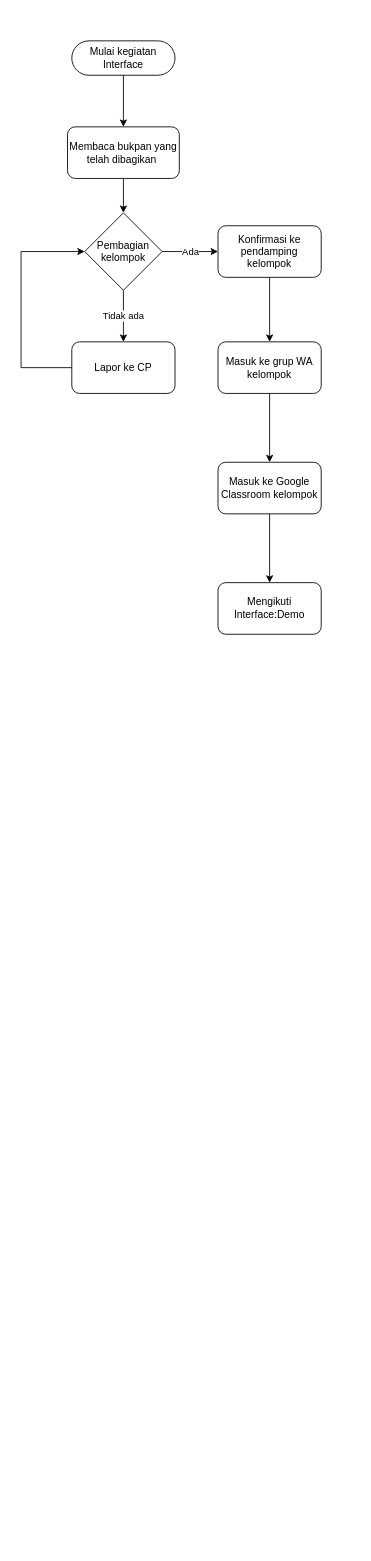
This is GitFlow Interface Le-misse-01.drawio from Le-misse-01/GitFlow-Flowchart-Interface, a draw.io file, before an edit. Source tidied: cells renumbered, new cells numbered last; positions are measured from the earlier drawing's top-left corner, leaving out a move shared by most shapes. Both pictures are drawn from the tidied source at 86%, with x=0, y=0 at pixel (21, 40).
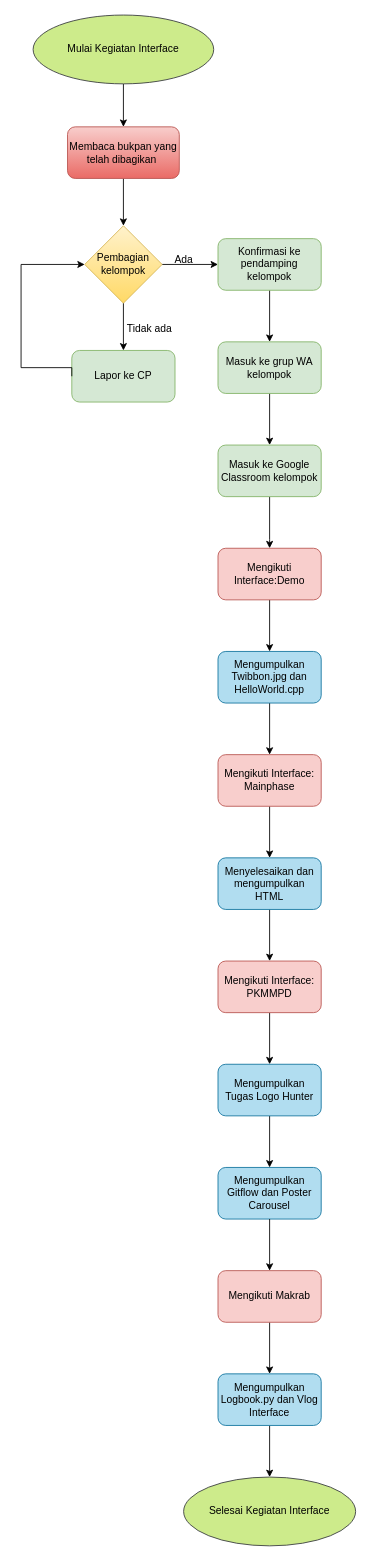
Above is the later version.

Diff of the diagram source:
```diff
@@
-    <mxCell id="2" value="Mulai kegiatan Interface" style="rounded=1;whiteSpace=wrap;html=1;fontSize=12;glass=0;strokeWidth=1;shadow=0;arcSize=50;" parent="1" vertex="1">
-      <mxGeometry x="59" width="120" height="40" as="geometry" />
-    </mxCell>
@@
-    <mxCell id="4" value="Membaca bukpan yang telah dibagikan&amp;nbsp;" style="rounded=1;whiteSpace=wrap;html=1;" parent="1" vertex="1">
+    <mxCell id="4" value="Membaca bukpan yang telah dibagikan&amp;nbsp;" style="rounded=1;whiteSpace=wrap;html=1;fillColor=#f8cecc;gradientColor=#ea6b66;strokeColor=#b85450;" parent="1" vertex="1">
       <mxGeometry x="54" y="100" width="130" height="60" as="geometry" />
     </mxCell>
-    <mxCell id="5" style="endArrow=classic;html=1;rounded=0;exitX=0.5;exitY=1;exitDx=0;exitDy=0;entryX=0.5;entryY=0;entryDx=0;entryDy=0;strokeColor=default;" parent="1" edge="1" source="2" target="4">
+    <mxCell id="5" style="endArrow=classic;html=1;rounded=0;exitX=0.5;exitY=1;exitDx=0;exitDy=0;entryX=0.5;entryY=0;entryDx=0;entryDy=0;strokeColor=default;" parent="1" edge="1" source="30" target="4">
       <mxGeometry relative="1" as="geometry" />
     </mxCell>
-    <mxCell id="6" value="Tidak ada" style="edgeStyle=orthogonalEdgeStyle;rounded=0;jettySize=auto;html=1;" parent="1" edge="1" source="8" target="9">
+    <mxCell id="6" style="edgeStyle=orthogonalEdgeStyle;rounded=0;jettySize=auto;html=1;" parent="1" edge="1" source="8" target="9">
       <mxGeometry relative="1" as="geometry" />
     </mxCell>
-    <mxCell id="7" value="Ada" style="edgeStyle=orthogonalEdgeStyle;rounded=0;jettySize=auto;html=1;" parent="1" edge="1" source="8" target="12">
+    <mxCell id="7" style="edgeStyle=orthogonalEdgeStyle;rounded=0;jettySize=auto;html=1;" parent="1" edge="1" source="8" target="12">
       <mxGeometry relative="1" as="geometry" />
     </mxCell>
-    <mxCell id="8" value="Pembagian kelompok" style="rhombus;whiteSpace=wrap;html=1;" parent="1" vertex="1">
-      <mxGeometry x="74" y="200" width="90" height="90" as="geometry" />
+    <mxCell id="8" value="Pembagian kelompok" style="rhombus;whiteSpace=wrap;html=1;fillColor=#fff2cc;gradientColor=#ffd966;strokeColor=#d6b656;" parent="1" vertex="1">
+      <mxGeometry x="74" y="215" width="90" height="90" as="geometry" />
     </mxCell>
-    <mxCell id="9" value="Lapor ke CP" style="rounded=1;whiteSpace=wrap;html=1;" parent="1" vertex="1">
-      <mxGeometry x="59" y="350" width="120" height="60" as="geometry" />
+    <mxCell id="9" value="Lapor ke CP" style="rounded=1;whiteSpace=wrap;html=1;fillColor=#d5e8d4;strokeColor=#82b366;" parent="1" vertex="1">
+      <mxGeometry x="59" y="360" width="120" height="60" as="geometry" />
     </mxCell>
     <mxCell id="10" style="endArrow=classic;html=1;rounded=0;exitX=0;exitY=0.5;exitDx=0;exitDy=0;edgeStyle=orthogonalEdgeStyle;entryX=0;entryY=0.5;entryDx=0;entryDy=0;" parent="1" edge="1" source="9" target="8">
       <mxGeometry relative="1" as="geometry">
         <Array as="points">
+          <mxPoint x="59" y="380" />
           <mxPoint y="380" />
-          <mxPoint y="245" />
+          <mxPoint y="260" />
         </Array>
       </mxGeometry>
     </mxCell>
@@
-    <mxCell id="12" value="Konfirmasi ke pendamping kelompok" style="rounded=1;whiteSpace=wrap;html=1;" parent="1" vertex="1">
-      <mxGeometry x="229" y="215" width="120" height="60" as="geometry" />
+    <mxCell id="12" value="Konfirmasi ke pendamping kelompok" style="rounded=1;whiteSpace=wrap;html=1;fillColor=#d5e8d4;strokeColor=#82b366;" parent="1" vertex="1">
+      <mxGeometry x="229" y="230" width="120" height="60" as="geometry" />
     </mxCell>
@@
-    <mxCell id="14" value="Masuk ke grup WA kelompok" style="rounded=1;whiteSpace=wrap;html=1;" parent="1" vertex="1">
+    <mxCell id="14" value="Masuk ke grup WA kelompok" style="rounded=1;whiteSpace=wrap;html=1;fillColor=#d5e8d4;strokeColor=#82b366;" parent="1" vertex="1">
       <mxGeometry x="229" y="350" width="120" height="60" as="geometry" />
     </mxCell>
-    <mxCell id="15" style="edgeStyle=orthogonalEdgeStyle;rounded=0;jettySize=auto;html=1;" parent="1" edge="1" source="16" target="17">
+    <mxCell id="15" style="edgeStyle=orthogonalEdgeStyle;rounded=0;jettySize=auto;html=1;exitX=0.5;exitY=1;exitDx=0;exitDy=0;entryX=0.5;entryY=0;entryDx=0;entryDy=0;" parent="1" edge="1" source="31" target="22">
       <mxGeometry relative="1" as="geometry" />
     </mxCell>
+    <mxCell id="18" style="edgeStyle=orthogonalEdgeStyle;rounded=0;jettySize=auto;html=1;entryX=0.5;entryY=0;entryDx=0;entryDy=0;" parent="1" edge="1" source="16" target="17">
+      <mxGeometry relative="1" as="geometry">
+        <Array as="points">
+          <mxPoint x="289" y="580" />
+          <mxPoint x="289" y="580" />
+        </Array>
+      </mxGeometry>
+    </mxCell>
-    <mxCell id="16" value="Masuk ke Google Classroom kelompok" style="rounded=1;whiteSpace=wrap;html=1;" parent="1" vertex="1">
-      <mxGeometry x="229" y="490" width="120" height="60" as="geometry" />
+    <mxCell id="16" value="Masuk ke Google Classroom kelompok" style="rounded=1;whiteSpace=wrap;html=1;fillColor=#d5e8d4;strokeColor=#82b366;" parent="1" vertex="1">
+      <mxGeometry x="229" y="470" width="120" height="60" as="geometry" />
     </mxCell>
+    <mxCell id="19" style="edgeStyle=orthogonalEdgeStyle;rounded=0;jettySize=auto;html=1;" parent="1" edge="1" source="17" target="31">
+      <mxGeometry relative="1" as="geometry" />
+    </mxCell>
-    <mxCell id="17" value="Mengikuti Interface:Demo" style="rounded=1;whiteSpace=wrap;html=1;" parent="1" vertex="1">
-      <mxGeometry x="229" y="630" width="120" height="60" as="geometry" />
+    <mxCell id="17" value="Mengikuti Interface:Demo" style="rounded=1;whiteSpace=wrap;html=1;fillColor=#f8cecc;strokeColor=#b85450;" parent="1" vertex="1">
+      <mxGeometry x="229" y="590" width="120" height="60" as="geometry" />
     </mxCell>
+    <mxCell id="20" style="edgeStyle=orthogonalEdgeStyle;rounded=0;jettySize=auto;html=1;" parent="1" edge="1" source="22" target="33">
+      <mxGeometry relative="1" as="geometry" />
+    </mxCell>
+    <mxCell id="21" style="edgeStyle=orthogonalEdgeStyle;rounded=0;orthogonalLoop=1;jettySize=auto;html=1;exitX=0.5;exitY=1;exitDx=0;exitDy=0;entryX=0.5;entryY=1;entryDx=0;entryDy=0;" parent="1" edge="1" source="33" target="33">
+      <mxGeometry relative="1" as="geometry" />
+    </mxCell>
+    <mxCell id="22" value="Mengikuti Interface: Mainphase" style="whiteSpace=wrap;html=1;rounded=1;fillColor=#f8cecc;strokeColor=#b85450;" parent="1" vertex="1">
+      <mxGeometry x="229" y="830" width="120" height="60" as="geometry" />
+    </mxCell>
+    <mxCell id="23" value="Ada" style="text;html=1;align=center;verticalAlign=middle;strokeColor=none;fillColor=none;" parent="1" vertex="1">
+      <mxGeometry x="169" y="240" width="40" height="30" as="geometry" />
+    </mxCell>
+    <mxCell id="24" value="Tidak ada" style="text;html=1;align=center;verticalAlign=middle;strokeColor=none;fillColor=none;" parent="1" vertex="1">
+      <mxGeometry x="109" y="320" width="80" height="30" as="geometry" />
+    </mxCell>
+    <mxCell id="25" style="edgeStyle=orthogonalEdgeStyle;rounded=0;jettySize=auto;html=1;" parent="1" edge="1" source="26" target="39">
+      <mxGeometry relative="1" as="geometry" />
+    </mxCell>
+    <mxCell id="26" value="Mengikuti Interface: PKMMPD" style="whiteSpace=wrap;html=1;rounded=1;fillColor=#f8cecc;strokeColor=#b85450;" parent="1" vertex="1">
+      <mxGeometry x="229" y="1070" width="120" height="60" as="geometry" />
+    </mxCell>
+    <mxCell id="27" style="edgeStyle=orthogonalEdgeStyle;rounded=0;jettySize=auto;html=1;exitX=0.5;exitY=1;exitDx=0;exitDy=0;entryX=0.5;entryY=0;entryDx=0;entryDy=0;" parent="1" edge="1" source="28" target="35">
+      <mxGeometry relative="1" as="geometry" />
+    </mxCell>
+    <mxCell id="28" value="Mengikuti Makrab" style="whiteSpace=wrap;html=1;rounded=1;fillColor=#f8cecc;strokeColor=#b85450;" parent="1" vertex="1">
+      <mxGeometry x="229" y="1430" width="120" height="60" as="geometry" />
+    </mxCell>
+    <mxCell id="29" value="Selesai Kegiatan Interface" style="ellipse;whiteSpace=wrap;html=1;rounded=1;fillColor=#cdeb8b;strokeColor=#36393d;" parent="1" vertex="1">
+      <mxGeometry x="189" y="1670" width="200" height="80" as="geometry" />
+    </mxCell>
+    <mxCell id="30" value="Mulai Kegiatan Interface" style="ellipse;whiteSpace=wrap;html=1;fillColor=#cdeb8b;strokeColor=#36393d;" parent="1" vertex="1">
+      <mxGeometry x="14" y="-30" width="210" height="80" as="geometry" />
+    </mxCell>
+    <mxCell id="31" value="Mengumpulkan Twibbon.jpg dan HelloWorld.cpp" style="whiteSpace=wrap;html=1;rounded=1;fillColor=#b1ddf0;strokeColor=#10739e;" parent="1" vertex="1">
+      <mxGeometry x="229" y="710" width="120" height="60" as="geometry" />
+    </mxCell>
+    <mxCell id="32" style="edgeStyle=orthogonalEdgeStyle;rounded=0;jettySize=auto;html=1;exitX=0.5;exitY=1;exitDx=0;exitDy=0;entryX=0.5;entryY=0;entryDx=0;entryDy=0;" parent="1" edge="1" source="33" target="26">
+      <mxGeometry relative="1" as="geometry" />
+    </mxCell>
+    <mxCell id="33" value="Menyelesaikan dan mengumpulkan HTML" style="whiteSpace=wrap;html=1;rounded=1;fillColor=#b1ddf0;strokeColor=#10739e;" parent="1" vertex="1">
+      <mxGeometry x="229" y="950" width="120" height="60" as="geometry" />
+    </mxCell>
+    <mxCell id="34" style="edgeStyle=orthogonalEdgeStyle;rounded=0;jettySize=auto;html=1;" parent="1" edge="1" source="35" target="29">
+      <mxGeometry relative="1" as="geometry" />
+    </mxCell>
+    <mxCell id="35" value="Mengumpulkan Logbook.py dan Vlog Interface" style="whiteSpace=wrap;html=1;rounded=1;fillColor=#b1ddf0;strokeColor=#10739e;" parent="1" vertex="1">
+      <mxGeometry x="229" y="1550" width="120" height="60" as="geometry" />
+    </mxCell>
+    <mxCell id="36" value="Mengumpulkan Gitflow dan Poster Carousel" style="whiteSpace=wrap;html=1;rounded=1;fillColor=#b1ddf0;strokeColor=#10739e;" parent="1" vertex="1">
+      <mxGeometry x="229" y="1310" width="120" height="60" as="geometry" />
+    </mxCell>
+    <mxCell id="37" style="endArrow=classic;html=1;rounded=0;entryX=0.5;entryY=0;entryDx=0;entryDy=0;exitX=0.5;exitY=1;exitDx=0;exitDy=0;" parent="1" edge="1" source="36" target="28">
+      <mxGeometry relative="1" as="geometry" />
+    </mxCell>
+    <mxCell id="38" style="edgeStyle=orthogonalEdgeStyle;rounded=0;jettySize=auto;html=1;exitX=0.5;exitY=1;exitDx=0;exitDy=0;entryX=0.5;entryY=0;entryDx=0;entryDy=0;" parent="1" edge="1" source="39" target="36">
+      <mxGeometry relative="1" as="geometry" />
+    </mxCell>
+    <mxCell id="39" value="Mengumpulkan Tugas Logo Hunter" style="whiteSpace=wrap;html=1;rounded=1;fillColor=#b1ddf0;strokeColor=#10739e;" parent="1" vertex="1">
+      <mxGeometry x="229" y="1190" width="120" height="60" as="geometry" />
+    </mxCell>
```
